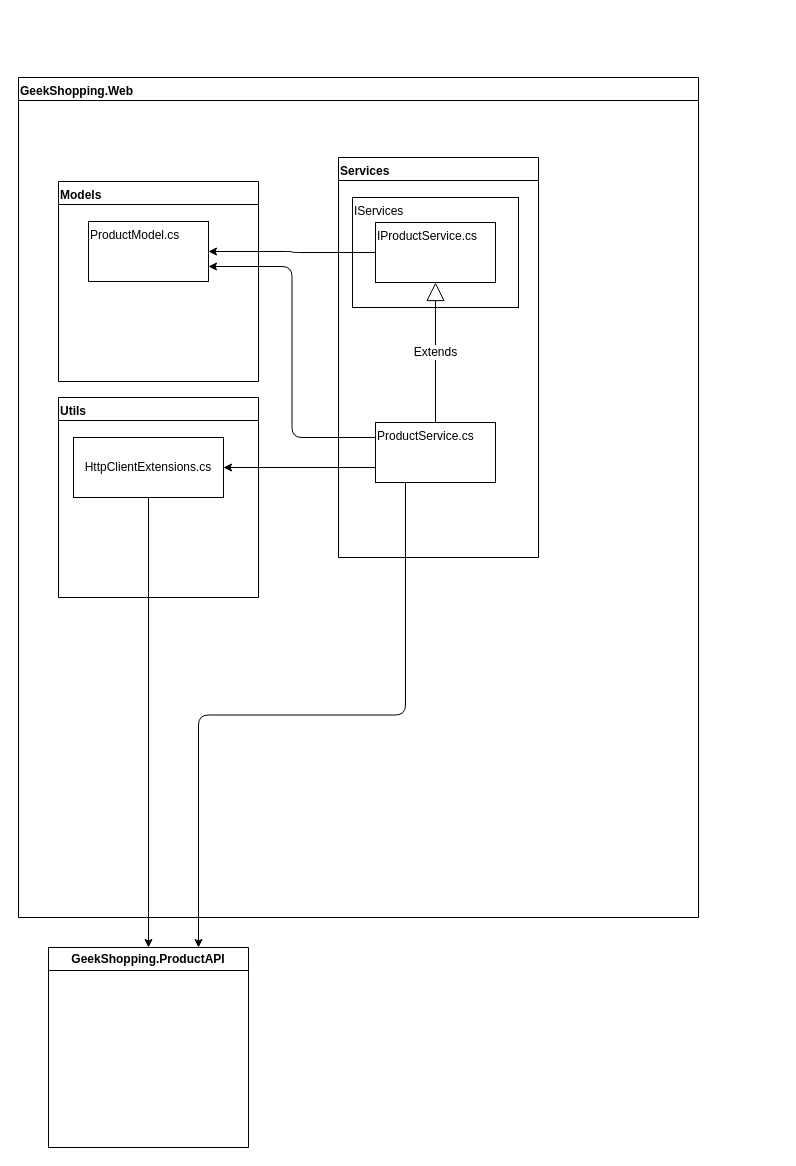
The draw.io diagram GeekShopping/Docs/GeekShopping.Web.drawio in giovanesd/erudio-microservices-dotnet6, before the edit. Source tidied: cells renumbered, new cells numbered last; positions are measured from the earlier drawing's top-left corner, leaving out a move shared by most shapes. Both pictures are drawn from the tidied source at 100%, with x=0, y=0 at pixel (18, 77).
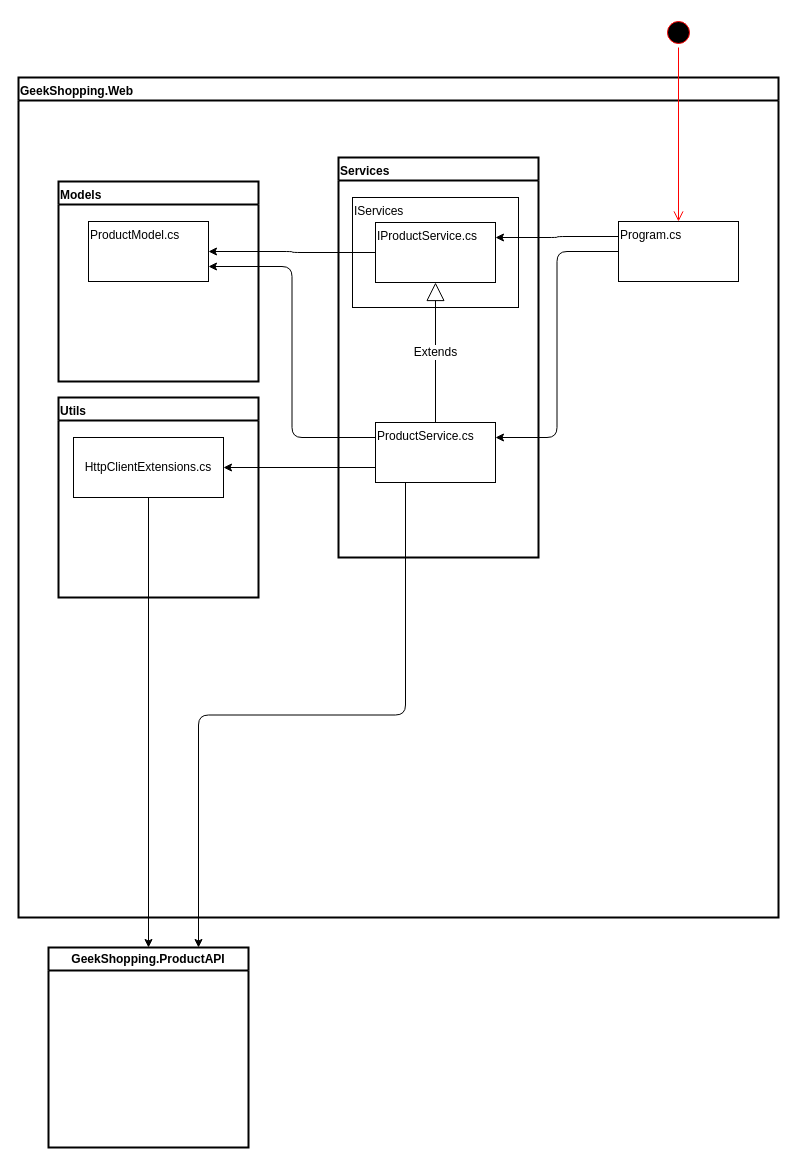
After the change.

Unchanged cells that the change refers to:
```xml
<mxCell id="7" value="IProductService.cs" style="rounded=0;whiteSpace=wrap;html=1;strokeColor=default;fontFamily=Helvetica;fontSize=12;fontColor=default;startSize=23;fillColor=default;verticalAlign=top;align=left;" parent="5" vertex="1">
  <mxGeometry x="37" y="65" width="120" height="60" as="geometry" />
</mxCell>
<mxCell id="8" value="ProductService.cs" style="rounded=0;whiteSpace=wrap;html=1;strokeColor=default;fontFamily=Helvetica;fontSize=12;fontColor=default;startSize=23;fillColor=default;align=left;verticalAlign=top;" parent="5" vertex="1">
  <mxGeometry x="37" y="265" width="120" height="60" as="geometry" />
</mxCell>
```

Diff of the diagram source:
```diff
@@
-    <mxCell id="2" value="GeekShopping.Web" style="swimlane;whiteSpace=wrap;html=1;align=left;verticalAlign=top;" parent="1" vertex="1">
-      <mxGeometry width="680" height="840" as="geometry" />
+    <mxCell id="2" value="GeekShopping.Web" style="swimlane;whiteSpace=wrap;html=1;align=left;verticalAlign=top;strokeWidth=2;" parent="1" vertex="1">
+      <mxGeometry width="760" height="840" as="geometry" />
     </mxCell>
-    <mxCell id="3" value="Models" style="swimlane;whiteSpace=wrap;html=1;align=left;verticalAlign=top;" parent="2" vertex="1">
+    <mxCell id="3" value="Models" style="swimlane;whiteSpace=wrap;html=1;align=left;verticalAlign=top;strokeWidth=2;" parent="2" vertex="1">
       <mxGeometry x="40" y="104" width="200" height="200" as="geometry" />
     </mxCell>
@@
-    <mxCell id="5" value="Services" style="swimlane;whiteSpace=wrap;html=1;align=left;verticalAlign=top;" parent="2" vertex="1">
+    <mxCell id="5" value="Services" style="swimlane;whiteSpace=wrap;html=1;align=left;verticalAlign=top;strokeWidth=2;" parent="2" vertex="1">
       <mxGeometry x="320" y="80" width="200" height="400" as="geometry" />
     </mxCell>
@@
-    <mxCell id="10" value="Utils" style="swimlane;whiteSpace=wrap;html=1;rounded=0;strokeColor=default;fontFamily=Helvetica;fontSize=12;fontColor=default;startSize=23;fillColor=default;align=left;verticalAlign=top;" parent="2" vertex="1">
+    <mxCell id="10" value="Utils" style="swimlane;whiteSpace=wrap;html=1;rounded=0;strokeColor=default;fontFamily=Helvetica;fontSize=12;fontColor=default;startSize=23;fillColor=default;align=left;verticalAlign=top;strokeWidth=2;" parent="2" vertex="1">
       <mxGeometry x="40" y="320" width="200" height="200" as="geometry" />
     </mxCell>
@@
+    <mxCell id="18" style="edgeStyle=orthogonalEdgeStyle;rounded=1;jettySize=auto;html=1;exitX=0;exitY=0.25;exitDx=0;exitDy=0;entryX=1;entryY=0.25;entryDx=0;entryDy=0;fontFamily=Helvetica;fontSize=12;fontColor=default;startSize=23;" parent="2" edge="1" source="20" target="7">
+      <mxGeometry relative="1" as="geometry" />
+    </mxCell>
+    <mxCell id="19" style="edgeStyle=orthogonalEdgeStyle;rounded=1;jettySize=auto;html=1;entryX=1;entryY=0.25;entryDx=0;entryDy=0;fontFamily=Helvetica;fontSize=12;fontColor=default;startSize=23;exitX=0;exitY=0.5;exitDx=0;exitDy=0;" parent="2" edge="1" source="20" target="8">
+      <mxGeometry relative="1" as="geometry" />
+    </mxCell>
+    <mxCell id="20" value="Program.cs" style="rounded=0;whiteSpace=wrap;html=1;strokeColor=default;fontFamily=Helvetica;fontSize=12;fontColor=default;startSize=23;fillColor=default;align=left;verticalAlign=top;" parent="2" vertex="1">
+      <mxGeometry x="600" y="144" width="120" height="60" as="geometry" />
+    </mxCell>
-    <mxCell id="15" value="GeekShopping.ProductAPI" style="swimlane;whiteSpace=wrap;html=1;rounded=0;strokeColor=default;fontFamily=Helvetica;fontSize=12;fontColor=default;startSize=23;fillColor=default;" parent="1" vertex="1">
+    <mxCell id="15" value="GeekShopping.ProductAPI" style="swimlane;whiteSpace=wrap;html=1;rounded=0;strokeColor=default;fontFamily=Helvetica;fontSize=12;fontColor=default;startSize=23;fillColor=default;strokeWidth=2;" parent="1" vertex="1">
       <mxGeometry x="30" y="870" width="200" height="200" as="geometry" />
     </mxCell>
@@
+    <mxCell id="21" style="ellipse;html=1;shape=startState;fillColor=#000000;strokeColor=#ff0000;rounded=0;fontFamily=Helvetica;fontSize=12;fontColor=default;startSize=23;" parent="1" vertex="1">
+      <mxGeometry x="645" y="-60" width="30" height="30" as="geometry" />
+    </mxCell>
+    <mxCell id="22" style="edgeStyle=orthogonalEdgeStyle;html=1;verticalAlign=bottom;endArrow=open;endSize=8;strokeColor=#ff0000;rounded=1;fontFamily=Helvetica;fontSize=12;fontColor=default;" parent="1" edge="1" source="21" target="20">
+      <mxGeometry relative="1" as="geometry" />
+    </mxCell>
```
